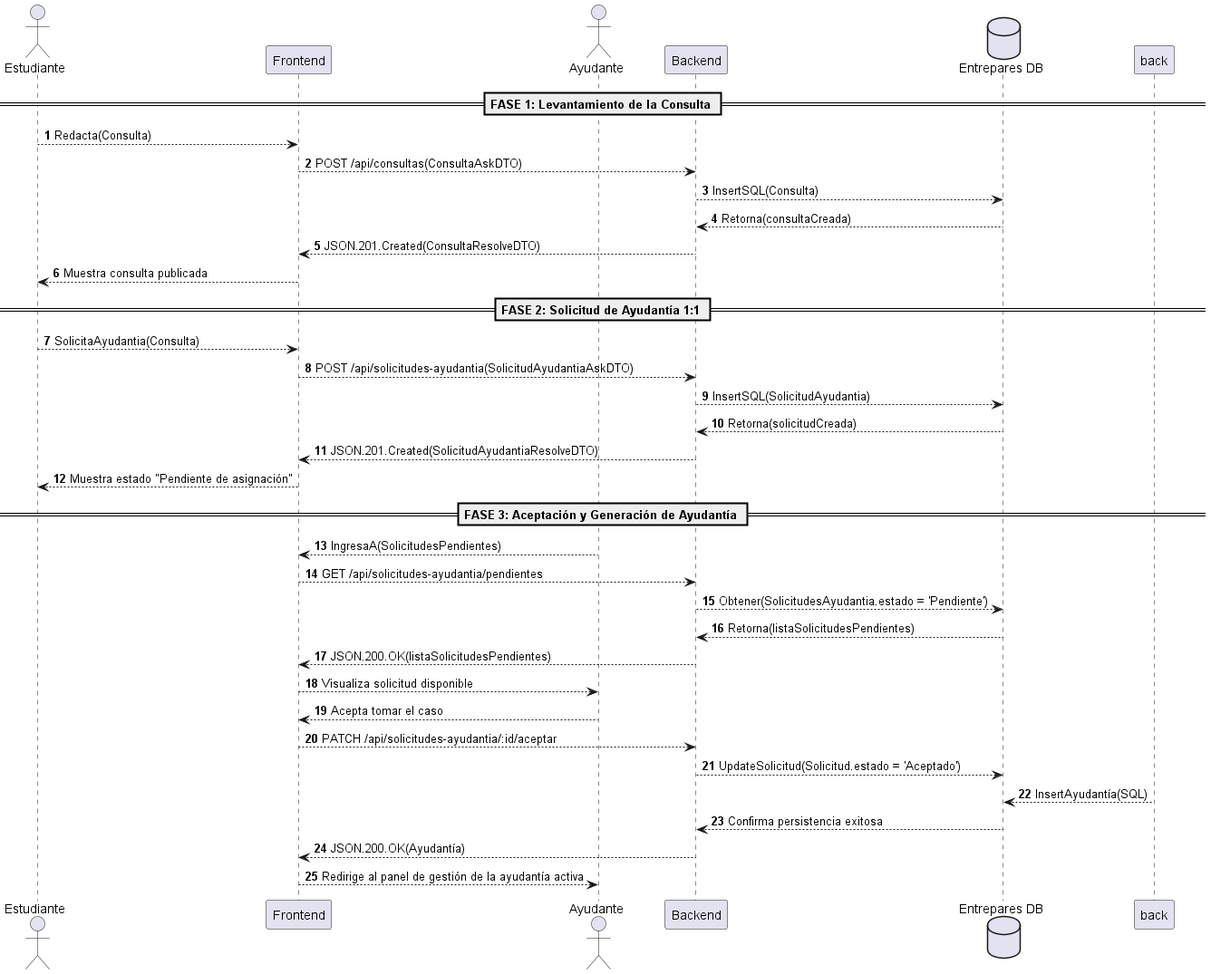
Earlier version of the PlantUML export fase-2/evidencias-proyecto/evidencias-de-documentacion/EP_Secuencia_Ayudantia.png (IgnacioAntGP/2026_2_MA_CAPSTONE_003D_GRUPO_2).
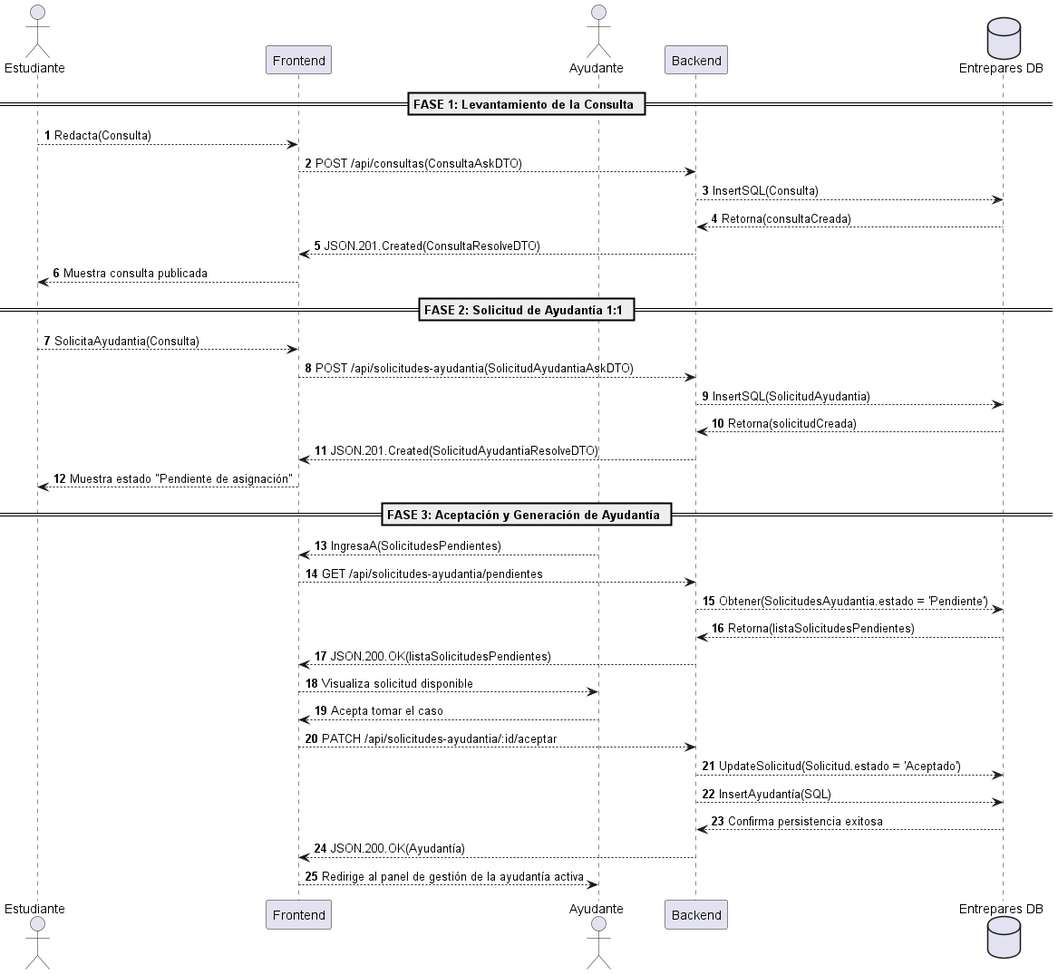
The same file after the commit.

Commit message:
fix(secuencia): corregido "back" en extremo derecha #111

The edit, as a diff of the source:
```diff
@@ -37,7 +37,7 @@
 Ayu --> Front: Acepta tomar el caso
 Front --> Back: PATCH /api/solicitudes-ayudantia/:id/aceptar
 Back --> DB: UpdateSolicitud(Solicitud.estado = 'Aceptado')
-back --> DB: InsertAyudantía(SQL)
+Back --> DB: InsertAyudantía(SQL)
 DB --> Back: Confirma persistencia exitosa
 Back --> Front: JSON.200.OK(Ayudantía)
 Front --> Ayu: Redirige al panel de gestión de la ayudantía activa
```
